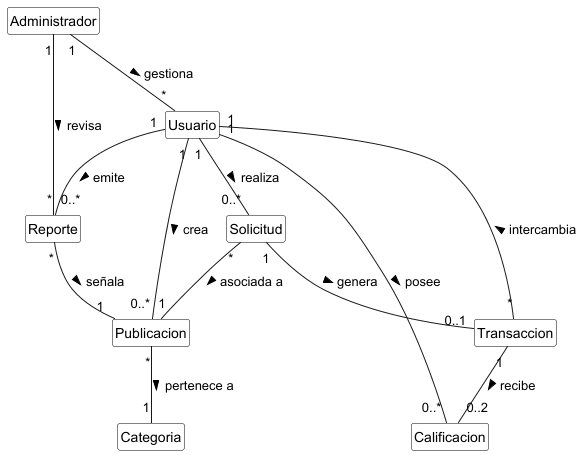
Above: Documentacion/diagrama de clases/Modelo de domineo.png in Uni-Space-Projects/S.I.M.S (PlantUML), before the change.
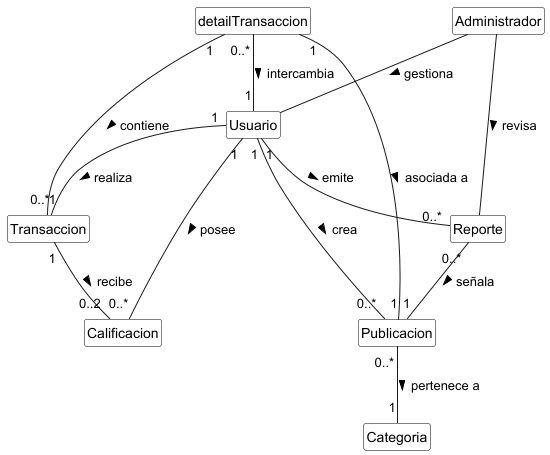
After the commit.

Commit message:
modificaciones modelo de domineo

The edit, as a diff of the source:
```diff
@@ -8,28 +8,27 @@
 class Administrador
 class Publicacion
 class Categoria
-class Solicitud
 class Transaccion
+class detailTransaccion
 class Calificacion
 class Reporte
 
 Usuario "1" -- "0..*" Publicacion : crea >
-Publicacion "*" -- "1" Categoria : pertenece a >
+Publicacion "0..*" -- "1" Categoria : pertenece a >
 
+Usuario "1" -- "0..*" Transaccion : realiza >
 
-Usuario "1" -- "0..*" Solicitud : realiza >
-Solicitud "*" -- "1" Publicacion : asociada a >
+detailTransaccion "1" -- "1" Publicacion : asociada a >
 
 Transaccion "1" -- "0..2" Calificacion : recibe >
 Usuario "1" -- "0..*" Calificacion : posee >
 
-Solicitud "1" -- "0..1" Transaccion : genera >
-Transaccion "*" -- "1" Usuario : intercambia >
+detailTransaccion "0..*" -- "1" Usuario : intercambia >
+detailTransaccion "1" -- "1" Transaccion : contiene >
 
 Usuario "1" -- "0..*" Reporte : emite >
-Reporte "*" -- "1" Publicacion : señala >
+Reporte "0..*" -- "1" Publicacion : señala >
 
-Administrador "1" -- "*" Reporte : revisa >
-Administrador "1" -- "*" Usuario : gestiona >
-
+Administrador  --  Reporte : revisa >
+Administrador  --  Usuario : gestiona >
 @enduml
```
